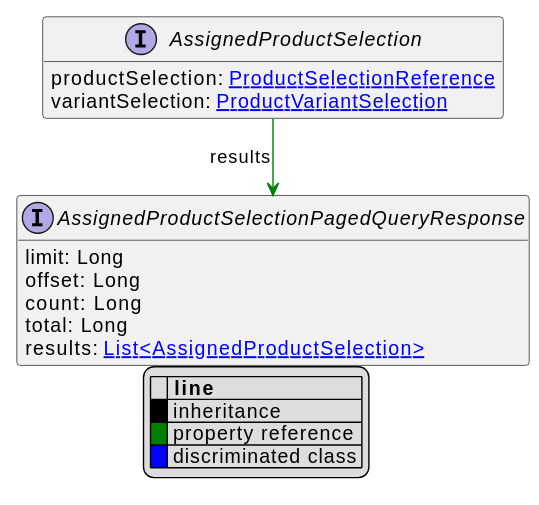
Above: uml/api/svg/AssignedProductSelection.svg in commercetools/commercetools-api-reference (PlantUML), before the change.
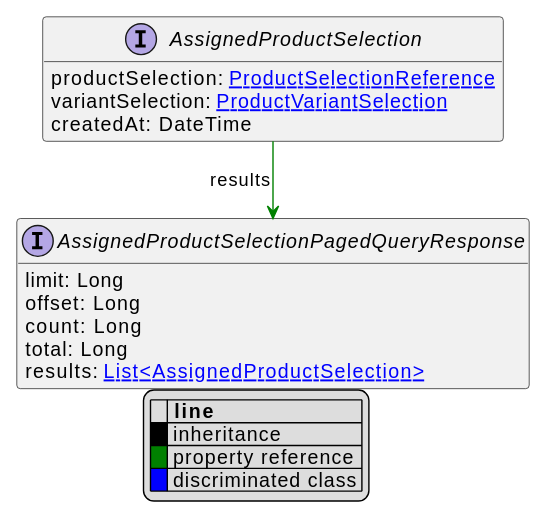
After the commit.

The edit, as a diff of the source:
```diff
@@ -11,6 +11,7 @@
 interface AssignedProductSelection [[AssignedProductSelection.svg]]  {
     productSelection: [[ProductSelectionReference.svg ProductSelectionReference]]
     variantSelection: [[ProductVariantSelection.svg ProductVariantSelection]]
+    createdAt: DateTime
 }
 
 
```
